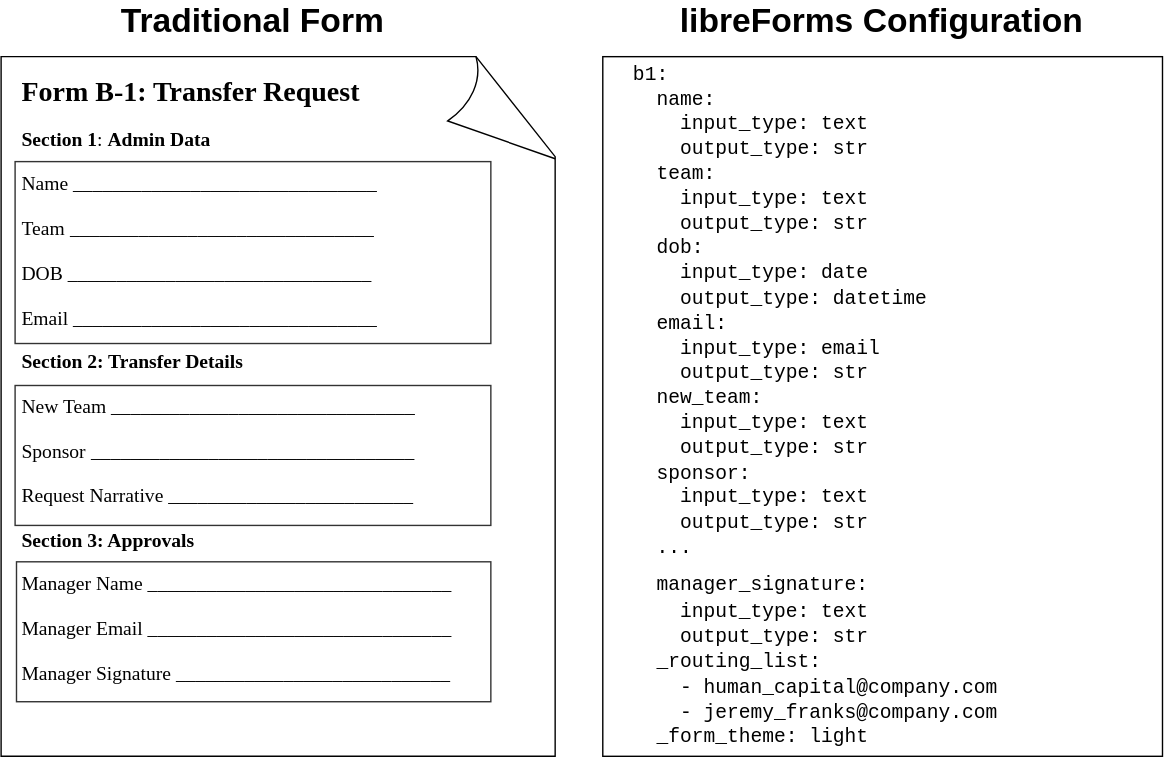
This is assets/Example_form.drawio.svg from libreForms/spec, a draw.io export, as it was before one commit. Source tidied: cells renumbered, new cells last; positions are measured from the earlier drawing's top-left corner, leaving out a move shared by most shapes.
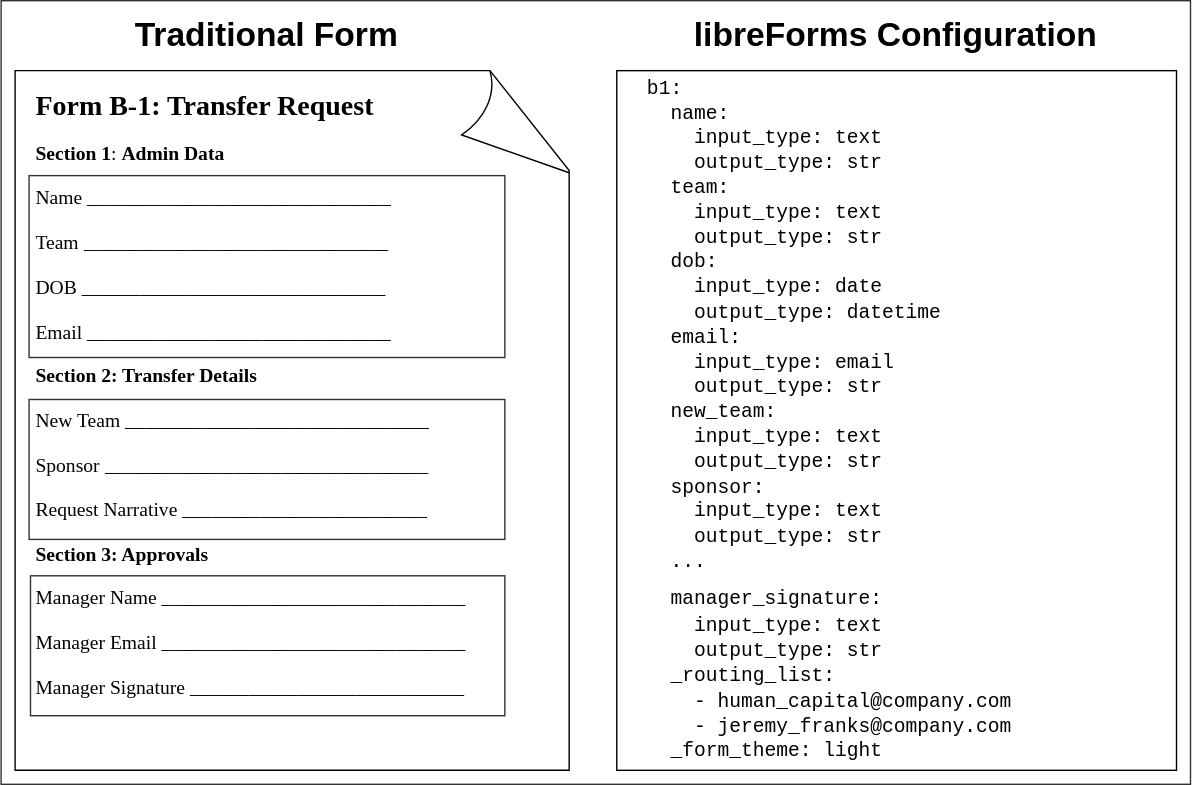
The same file after the commit.

Diff of the diagram source:
```diff
@@ -2,6 +2,9 @@
   <root>
     <mxCell id="0" />
     <mxCell id="1" parent="0" />
+    <mxCell id="11" style="rounded=0;whiteSpace=wrap;html=1;labelBackgroundColor=#FFFFFF;strokeColor=#333333;fontFamily=Courier New;fontSize=14;fillColor=default;" parent="1" vertex="1">
+      <mxGeometry x="-10" y="-10" width="850" height="560" as="geometry" />
+    </mxCell>
     <mxCell id="2" style="rounded=0;whiteSpace=wrap;html=1;fillColor=default;labelBackgroundColor=#FFFFFF;" parent="1" vertex="1">
       <mxGeometry x="430" y="40" width="400" height="500" as="geometry" />
     </mxCell>
```
